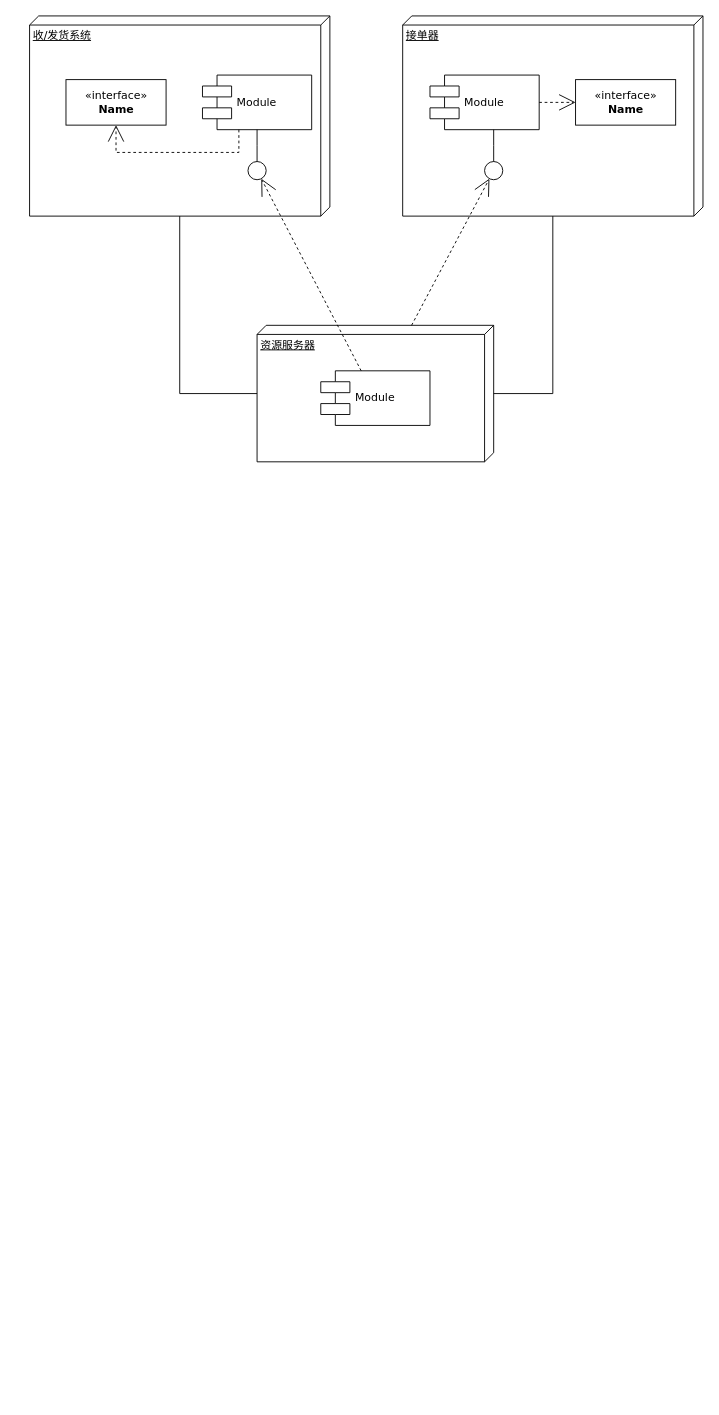
Earlier version of the draw.io diagram 接口.drawio (yelisheng/atm-design). Source tidied: cells renumbered, new cells numbered last; positions are measured from the earlier drawing's top-left corner, leaving out a move shared by most shapes. Both pictures are drawn from the tidied source at 91%, with x=0, y=0 at pixel (29, 15).
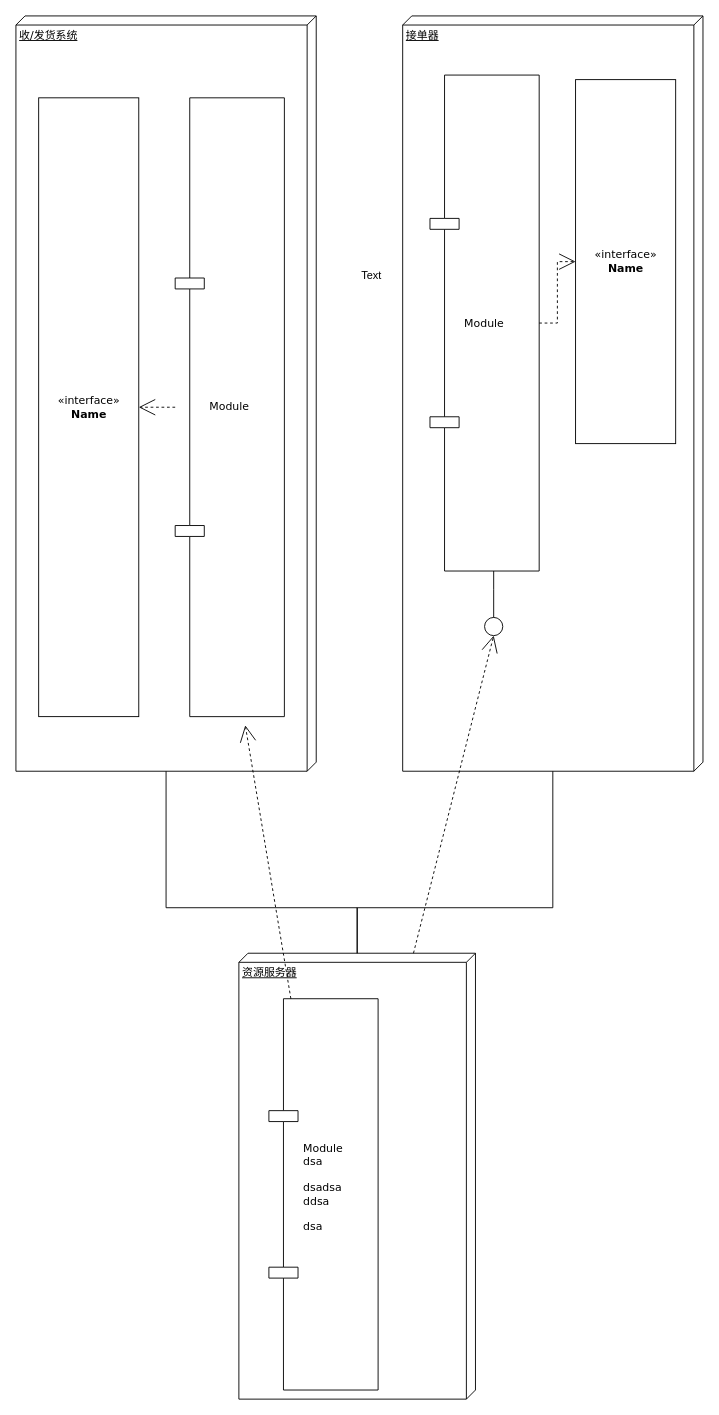
After the change.

What changed in the source:
```diff
@@
     <mxCell id="2" value="收/发货系统" style="verticalAlign=top;align=left;spacingTop=8;spacingLeft=2;spacingRight=12;shape=cube;size=10;direction=south;fontStyle=4;html=1;rounded=0;shadow=0;comic=0;labelBackgroundColor=none;strokeColor=#000000;strokeWidth=1;fillColor=#ffffff;fontFamily=Verdana;fontSize=12;fontColor=#000000;" parent="1" vertex="1">
-      <mxGeometry width="330" height="220" as="geometry" />
+      <mxGeometry x="-15" width="330" height="830" as="geometry" />
     </mxCell>
     <mxCell id="3" value="接单器" style="verticalAlign=top;align=left;spacingTop=8;spacingLeft=2;spacingRight=12;shape=cube;size=10;direction=south;fontStyle=4;html=1;rounded=0;shadow=0;comic=0;labelBackgroundColor=none;strokeColor=#000000;strokeWidth=1;fillColor=#ffffff;fontFamily=Verdana;fontSize=12;fontColor=#000000;" parent="1" vertex="1">
-      <mxGeometry x="410" width="330" height="220" as="geometry" />
+      <mxGeometry x="410" width="330" height="830" as="geometry" />
     </mxCell>
     <mxCell id="4" value="资源服务器" style="verticalAlign=top;align=left;spacingTop=8;spacingLeft=2;spacingRight=12;shape=cube;size=10;direction=south;fontStyle=4;html=1;rounded=0;shadow=0;comic=0;labelBackgroundColor=none;strokeColor=#000000;strokeWidth=1;fillColor=#ffffff;fontFamily=Verdana;fontSize=12;fontColor=#000000;" parent="1" vertex="1">
-      <mxGeometry x="250" y="340" width="260" height="150" as="geometry" />
+      <mxGeometry x="230" y="1030" width="260" height="490" as="geometry" />
     </mxCell>
     <mxCell id="5" value="&amp;laquo;interface&amp;raquo;&lt;br&gt;&lt;b&gt;Name&lt;/b&gt;" style="html=1;rounded=0;shadow=0;comic=0;labelBackgroundColor=none;strokeColor=#000000;strokeWidth=1;fillColor=#ffffff;fontFamily=Verdana;fontSize=12;fontColor=#000000;align=center;" parent="1" vertex="1">
-      <mxGeometry x="40" y="70" width="110" height="50" as="geometry" />
+      <mxGeometry x="10" y="90" width="110" height="680" as="geometry" />
     </mxCell>
-    <mxCell id="6" value="Module" style="shape=component;align=left;spacingLeft=36;rounded=0;shadow=0;comic=0;labelBackgroundColor=none;strokeColor=#000000;strokeWidth=1;fillColor=#ffffff;fontFamily=Verdana;fontSize=12;fontColor=#000000;html=1;" parent="1" vertex="1">
-      <mxGeometry x="190" y="65" width="120" height="60" as="geometry" />
-    </mxCell>
-    <mxCell id="7" style="ellipse;whiteSpace=wrap;html=1;rounded=0;shadow=0;comic=0;labelBackgroundColor=none;strokeColor=#000000;strokeWidth=1;fillColor=#ffffff;fontFamily=Verdana;fontSize=12;fontColor=#000000;align=center;" parent="1" vertex="1">
-      <mxGeometry x="240" y="160" width="20" height="20" as="geometry" />
-    </mxCell>
     <mxCell id="8" value="Module" style="shape=component;align=left;spacingLeft=36;rounded=0;shadow=0;comic=0;labelBackgroundColor=none;strokeColor=#000000;strokeWidth=1;fillColor=#ffffff;fontFamily=Verdana;fontSize=12;fontColor=#000000;html=1;" parent="1" vertex="1">
-      <mxGeometry x="440" y="65" width="120" height="60" as="geometry" />
+      <mxGeometry x="440" y="65" width="120" height="545" as="geometry" />
     </mxCell>
     <mxCell id="9" value="&amp;laquo;interface&amp;raquo;&lt;br&gt;&lt;b&gt;Name&lt;/b&gt;" style="html=1;rounded=0;shadow=0;comic=0;labelBackgroundColor=none;strokeColor=#000000;strokeWidth=1;fillColor=#ffffff;fontFamily=Verdana;fontSize=12;fontColor=#000000;align=center;" parent="1" vertex="1">
-      <mxGeometry x="600" y="70" width="110" height="50" as="geometry" />
+      <mxGeometry x="600" y="70" width="110" height="400" as="geometry" />
     </mxCell>
     <mxCell id="10" style="ellipse;whiteSpace=wrap;html=1;rounded=0;shadow=0;comic=0;labelBackgroundColor=none;strokeColor=#000000;strokeWidth=1;fillColor=#ffffff;fontFamily=Verdana;fontSize=12;fontColor=#000000;align=center;" parent="1" vertex="1">
-      <mxGeometry x="500" y="160" width="20" height="20" as="geometry" />
+      <mxGeometry x="500" y="661" width="20" height="20" as="geometry" />
     </mxCell>
-    <mxCell id="11" value="Module" style="shape=component;align=left;spacingLeft=36;rounded=0;shadow=0;comic=0;labelBackgroundColor=none;strokeColor=#000000;strokeWidth=1;fillColor=#ffffff;fontFamily=Verdana;fontSize=12;fontColor=#000000;html=1;" parent="1" vertex="1">
-      <mxGeometry x="320" y="390" width="120" height="60" as="geometry" />
+    <mxCell id="11" value="Module&lt;br&gt;dsa&lt;br&gt;&lt;br&gt;dsadsa&lt;br&gt;ddsa&lt;br&gt;&lt;br&gt;dsa&lt;br&gt;&lt;br&gt;" style="shape=component;align=left;spacingLeft=36;rounded=0;shadow=0;comic=0;labelBackgroundColor=none;strokeColor=#000000;strokeWidth=1;fillColor=#ffffff;fontFamily=Verdana;fontSize=12;fontColor=#000000;html=1;" parent="1" vertex="1">
+      <mxGeometry x="263" y="1080" width="120" height="430" as="geometry" />
     </mxCell>
-    <mxCell id="12" style="edgeStyle=none;rounded=0;html=1;dashed=1;labelBackgroundColor=none;startArrow=none;startFill=0;startSize=8;endArrow=open;endFill=0;endSize=16;fontFamily=Verdana;fontSize=12;" parent="1" edge="1" source="11" target="7">
-      <mxGeometry relative="1" as="geometry" />
-    </mxCell>
-    <mxCell id="13" style="edgeStyle=none;rounded=0;html=1;dashed=1;labelBackgroundColor=none;startArrow=none;startFill=0;startSize=8;endArrow=open;endFill=0;endSize=16;fontFamily=Verdana;fontSize=12;" parent="1" edge="1" source="4" target="10">
+    <mxCell id="13" style="edgeStyle=none;rounded=0;html=1;dashed=1;labelBackgroundColor=none;startArrow=none;startFill=0;startSize=8;endArrow=open;endFill=0;endSize=16;fontFamily=Verdana;fontSize=12;entryX=0.5;entryY=1;entryDx=0;entryDy=0;" parent="1" edge="1" source="4" target="10">
       <mxGeometry relative="1" as="geometry" />
     </mxCell>
     <mxCell id="14" style="edgeStyle=elbowEdgeStyle;rounded=0;html=1;labelBackgroundColor=none;startArrow=none;startFill=0;startSize=8;endArrow=none;endFill=0;endSize=16;fontFamily=Verdana;fontSize=12;" parent="1" edge="1" source="10" target="8">
-      <mxGeometry relative="1" as="geometry" />
+      <mxGeometry relative="1" as="geometry">
+        <Array as="points">
+          <mxPoint x="510" y="630" />
+        </Array>
+      </mxGeometry>
     </mxCell>
-    <mxCell id="15" style="edgeStyle=elbowEdgeStyle;rounded=0;html=1;labelBackgroundColor=none;startArrow=none;startFill=0;startSize=8;endArrow=none;endFill=0;endSize=16;fontFamily=Verdana;fontSize=12;" parent="1" edge="1" source="7" target="6">
-      <mxGeometry relative="1" as="geometry" />
-    </mxCell>
     <mxCell id="16" style="edgeStyle=orthogonalEdgeStyle;rounded=0;html=1;labelBackgroundColor=none;startArrow=none;startFill=0;startSize=8;endArrow=open;endFill=0;endSize=16;fontFamily=Verdana;fontSize=12;dashed=1;" parent="1" edge="1" source="6" target="5">
       <mxGeometry relative="1" as="geometry">
         <Array as="points">
-          <mxPoint x="230" y="150" />
-          <mxPoint x="95" y="150" />
+          <mxPoint x="160" y="300" />
+          <mxPoint x="160" y="300" />
         </Array>
       </mxGeometry>
     </mxCell>
@@
     <mxCell id="18" style="edgeStyle=orthogonalEdgeStyle;rounded=0;html=1;labelBackgroundColor=none;startArrow=none;startFill=0;startSize=8;endArrow=none;endFill=0;endSize=16;fontFamily=Verdana;fontSize=12;" parent="1" edge="1" source="4" target="3">
       <mxGeometry relative="1" as="geometry">
         <Array as="points">
-          <mxPoint x="575" y="415" />
+          <mxPoint x="360" y="980" />
+          <mxPoint x="575" y="980" />
         </Array>
       </mxGeometry>
     </mxCell>
     <mxCell id="19" style="edgeStyle=orthogonalEdgeStyle;rounded=0;html=1;labelBackgroundColor=none;startArrow=none;startFill=0;startSize=8;endArrow=none;endFill=0;endSize=16;fontFamily=Verdana;fontSize=12;" parent="1" edge="1" source="4" target="2">
       <mxGeometry relative="1" as="geometry">
         <Array as="points">
-          <mxPoint x="165" y="415" />
+          <mxPoint x="360" y="980" />
+          <mxPoint x="150" y="980" />
         </Array>
       </mxGeometry>
     </mxCell>
+    <mxCell id="6" value="Module" style="shape=component;align=left;spacingLeft=36;rounded=0;shadow=0;comic=0;labelBackgroundColor=none;strokeColor=#000000;strokeWidth=1;fillColor=#ffffff;fontFamily=Verdana;fontSize=12;fontColor=#000000;html=1;" parent="1" vertex="1">
+      <mxGeometry x="160" y="90" width="120" height="680" as="geometry" />
+    </mxCell>
+    <mxCell id="20" style="edgeStyle=none;rounded=0;html=1;dashed=1;labelBackgroundColor=none;startArrow=none;startFill=0;startSize=8;endArrow=open;endFill=0;endSize=16;fontFamily=Verdana;fontSize=12;entryX=0.642;entryY=1.014;entryDx=0;entryDy=0;entryPerimeter=0;" parent="1" edge="1" source="11" target="6">
+      <mxGeometry relative="1" as="geometry" />
+    </mxCell>
+    <mxCell id="21" value="Text" style="text;html=1;align=left;verticalAlign=top;spacingTop=-4;" parent="1" vertex="1">
+      <mxGeometry x="363" y="276" width="40" height="20" as="geometry" />
+    </mxCell>
```
